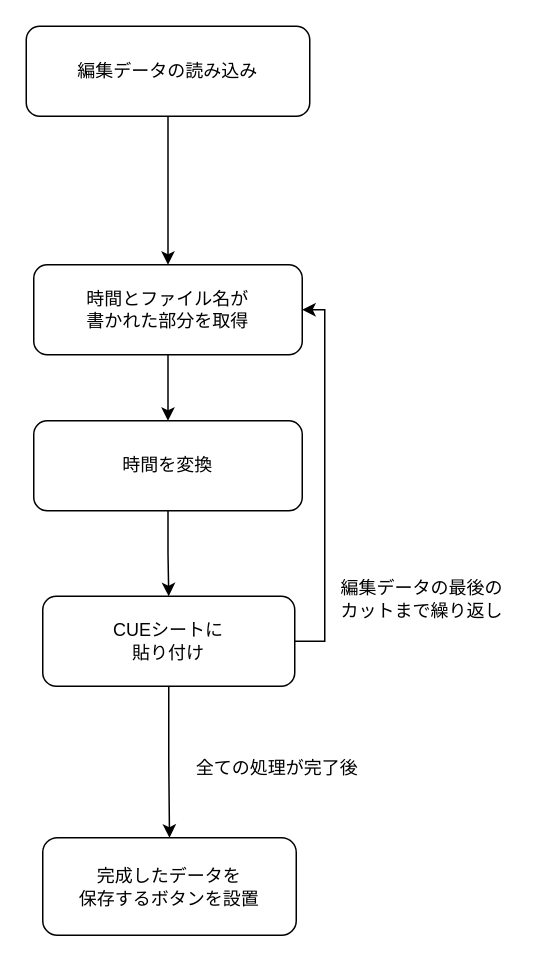
launchpencil/cue-automate keeps this draw.io diagram as Untitled Diagram.drawio. Above is the earlier version. Source tidied: cells renumbered, new cells numbered last; positions are measured from the earlier drawing's top-left corner, leaving out a move shared by most shapes. Both pictures are drawn from the tidied source at 150%, with x=0, y=0 at pixel (26, 26).
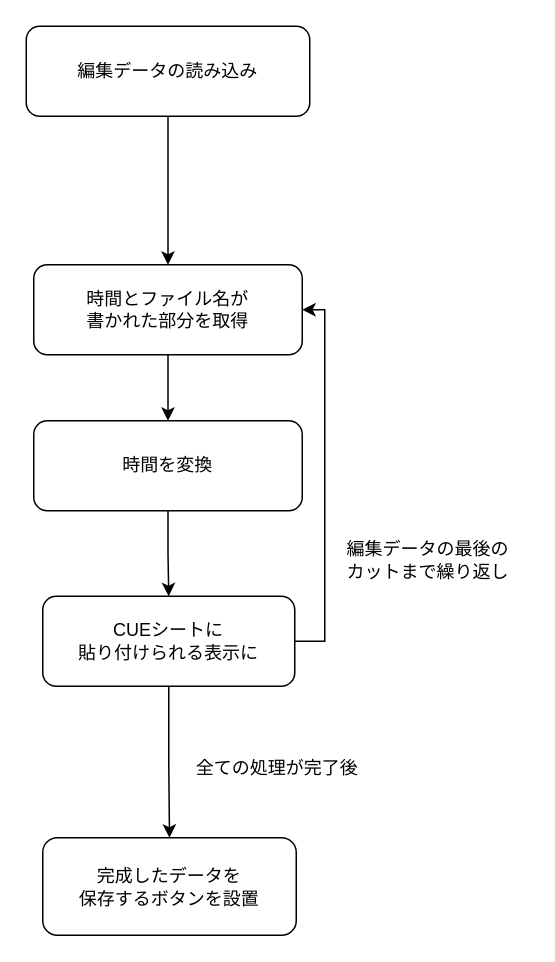
After the change.

What changed in the source:
```diff
@@
 <mxGraphModel>
   <root>
     <mxCell id="0" />
     <mxCell id="1" parent="0" />
     <mxCell id="2" style="edgeStyle=orthogonalEdgeStyle;rounded=0;jettySize=auto;html=1;" parent="1" edge="1" source="3" target="5">
       <mxGeometry relative="1" as="geometry" />
     </mxCell>
     <mxCell id="3" value="編集データの読み込み" style="rounded=1;whiteSpace=wrap;html=1;" parent="1" vertex="1">
       <mxGeometry width="189" height="60" as="geometry" />
     </mxCell>
     <mxCell id="4" style="edgeStyle=orthogonalEdgeStyle;rounded=0;jettySize=auto;html=1;" parent="1" edge="1" source="5" target="7">
       <mxGeometry relative="1" as="geometry" />
     </mxCell>
     <mxCell id="5" value="時間とファイル名が&lt;div&gt;書かれた部分を取得&lt;/div&gt;" style="rounded=1;whiteSpace=wrap;html=1;" parent="1" vertex="1">
       <mxGeometry x="5" y="159" width="179" height="60" as="geometry" />
     </mxCell>
     <mxCell id="6" style="edgeStyle=orthogonalEdgeStyle;rounded=0;jettySize=auto;html=1;" parent="1" edge="1" source="7" target="10">
       <mxGeometry relative="1" as="geometry" />
     </mxCell>
     <mxCell id="7" value="時間を変換" style="rounded=1;whiteSpace=wrap;html=1;" parent="1" vertex="1">
       <mxGeometry x="5" y="263" width="179" height="60" as="geometry" />
     </mxCell>
     <mxCell id="8" style="edgeStyle=orthogonalEdgeStyle;rounded=0;jettySize=auto;html=1;entryX=1;entryY=0.5;entryDx=0;entryDy=0;exitX=1;exitY=0.5;exitDx=0;exitDy=0;" parent="1" edge="1" source="10" target="5">
       <mxGeometry relative="1" as="geometry" />
     </mxCell>
     <mxCell id="9" style="edgeStyle=orthogonalEdgeStyle;rounded=0;jettySize=auto;html=1;" parent="1" edge="1" source="10" target="12">
       <mxGeometry relative="1" as="geometry" />
     </mxCell>
-    <mxCell id="10" value="CUEシートに&lt;div&gt;貼り付け&lt;/div&gt;" style="rounded=1;whiteSpace=wrap;html=1;" parent="1" vertex="1">
+    <mxCell id="10" value="CUEシートに&lt;div&gt;貼り付けられる表示に&lt;/div&gt;" style="rounded=1;whiteSpace=wrap;html=1;" parent="1" vertex="1">
       <mxGeometry x="11" y="380" width="168" height="60" as="geometry" />
     </mxCell>
     <mxCell id="11" value="編集データの最後のカットまで繰り返し" style="text;strokeColor=none;fillColor=none;align=left;verticalAlign=middle;spacingLeft=4;spacingRight=4;overflow=hidden;whiteSpace=wrap;html=1;" parent="1" vertex="1">
-      <mxGeometry x="204" y="358" width="127" height="48" as="geometry" />
+      <mxGeometry x="208" y="332" width="127" height="48" as="geometry" />
     </mxCell>
     <mxCell id="12" value="完成したデータを&lt;div&gt;保存するボタンを設置&lt;/div&gt;" style="rounded=1;whiteSpace=wrap;html=1;" parent="1" vertex="1">
       <mxGeometry x="11" y="541" width="169" height="65" as="geometry" />
     </mxCell>
     <mxCell id="13" value="全ての処理が完了後" style="text;html=1;align=center;verticalAlign=middle;whiteSpace=wrap;rounded=0;" parent="1" vertex="1">
       <mxGeometry x="106" y="480" width="123" height="30" as="geometry" />
     </mxCell>
   </root>
 </mxGraphModel>
```
